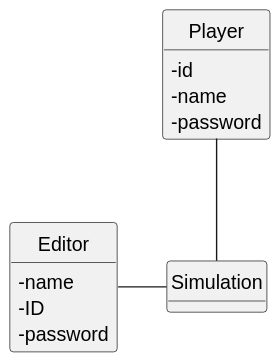
Above: docs/sprint1/us012/02.analysis/svg/us012-domain-model.svg in ivasduarte/all-aboard (PlantUML), before the change.
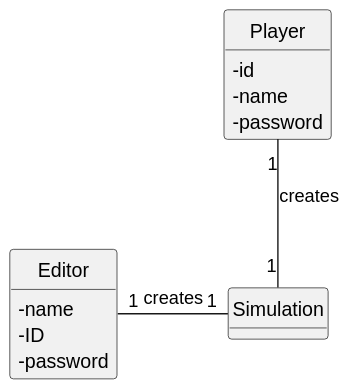
After the commit.

Commit message:
US012(docs): Updated domain model

What changed in the source:
```diff
@@ -21,6 +21,6 @@
     - password
 }
 
-Editor - Simulation
-Player -- Simulation
+Editor "1" - "1" Simulation : creates
+Player "1" -- "1" Simulation : creates
 @enduml
```
